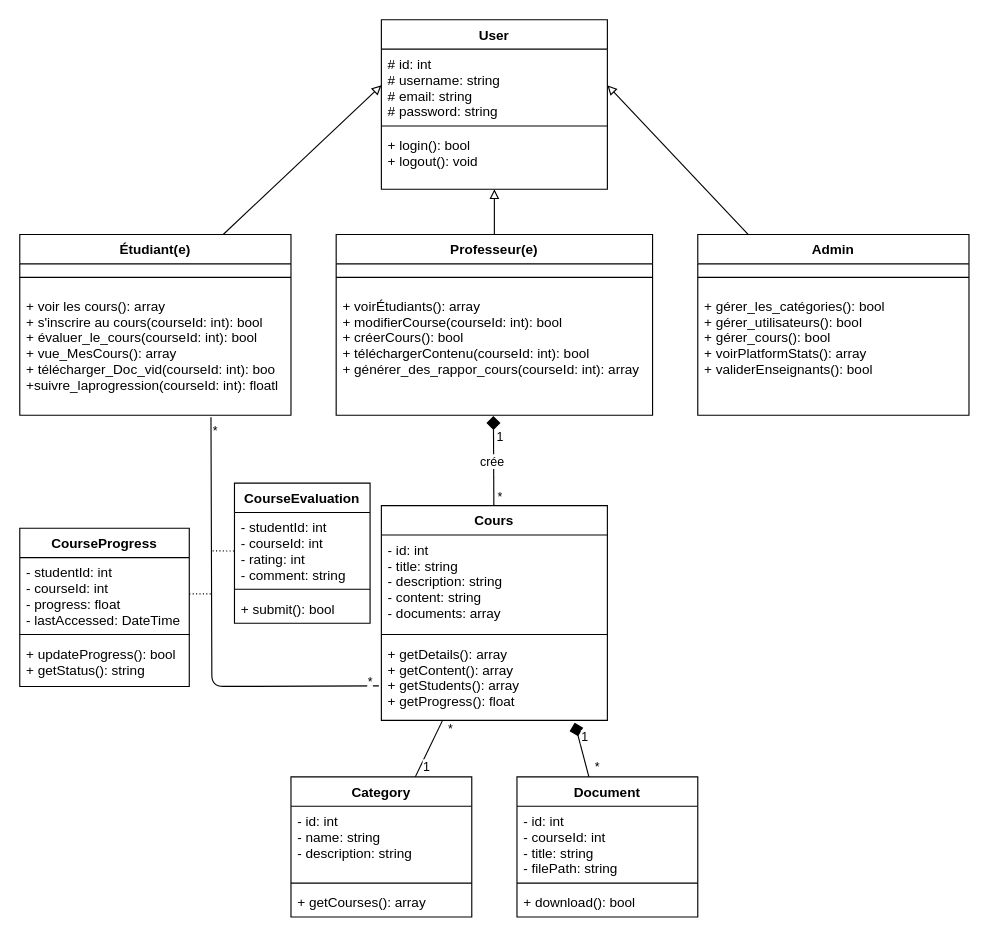
Ibrahim-Lmlilas/Youdemy keeps this draw.io diagram as Zdiagrams/class_diagram.dio. Above is the earlier version. Source tidied: cells renumbered, new cells numbered last; positions are measured from the earlier drawing's top-left corner, leaving out a move shared by most shapes. Both pictures are drawn from the tidied source at 113%, with x=0, y=0 at pixel (19, 19).
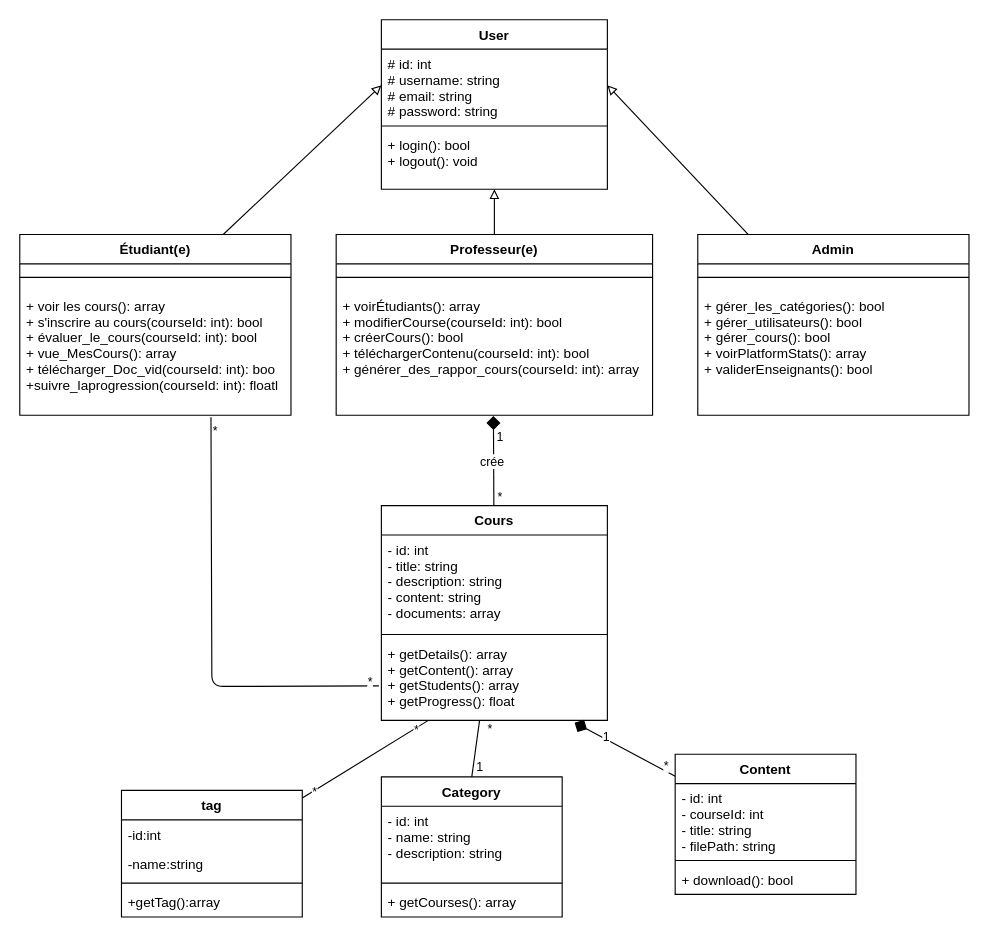
After the change.

The change refers to these unchanged cells:
```xml
<mxCell id="22" value="Cours" style="swimlane;fontStyle=1;align=center;verticalAlign=top;horizontal=1;startSize=26;" parent="1" vertex="1">
  <mxGeometry x="320" y="430" width="200" height="190" as="geometry" />
</mxCell>
<mxCell id="25" value="+ getDetails(): array&#10;+ getContent(): array&#10;+ getStudents(): array&#10;+ getProgress(): float" style="text;strokeColor=none;fillColor=none;align=left;verticalAlign=top;spacingLeft=4;spacingRight=4;overflow=hidden;points=[[0,0.5],[1,0.5]];portConstraint=eastwest;" parent="22" vertex="1">
  <mxGeometry y="118" width="200" height="72" as="geometry" />
</mxCell>
```

Change to the diagram source:
```diff
@@
-    <mxCell id="29" value="Document" style="swimlane;fontStyle=1;align=center;verticalAlign=top;horizontal=1;startSize=26;" parent="1" vertex="1">
-      <mxGeometry x="440" y="670" width="160" height="124" as="geometry" />
+    <mxCell id="29" value="Content" style="swimlane;fontStyle=1;align=center;verticalAlign=top;horizontal=1;startSize=26;" parent="1" vertex="1">
+      <mxGeometry x="580" y="650" width="160" height="124" as="geometry" />
     </mxCell>
@@
-    <mxCell id="33" style="edgeStyle=none;html=1;endArrow=none;endFill=0;" parent="1" edge="1" target="22">
-      <mxGeometry relative="1" as="geometry">
-        <mxPoint x="350" y="670" as="sourcePoint" />
-      </mxGeometry>
+    <mxCell id="33" style="edgeStyle=none;html=1;endArrow=none;endFill=0;exitX=0.5;exitY=0;exitDx=0;exitDy=0;" parent="1" edge="1" source="36" target="22">
+      <mxGeometry relative="1" as="geometry" />
     </mxCell>
@@
     <mxCell id="36" value="Category " style="swimlane;fontStyle=1;align=center;verticalAlign=top;horizontal=1;startSize=26;" parent="1" vertex="1">
-      <mxGeometry x="240" y="670" width="160" height="124" as="geometry" />
+      <mxGeometry x="320" y="670" width="160" height="124" as="geometry" />
     </mxCell>
@@
-    <mxCell id="43" value="CourseEvaluation" style="swimlane;fontStyle=1;align=center;verticalAlign=top;horizontal=1;startSize=26;" parent="1" vertex="1">
-      <mxGeometry x="190" y="410" width="120" height="124" as="geometry" />
-    </mxCell>
-    <mxCell id="44" value="- studentId: int &#10;- courseId: int&#10;- rating: int&#10;- comment: string" style="text;strokeColor=none;fillColor=none;align=left;verticalAlign=top;spacingLeft=4;spacingRight=4;overflow=hidden;points=[[0,0.5],[1,0.5]];portConstraint=eastwest;" parent="43" vertex="1">
-      <mxGeometry y="26" width="120" height="64" as="geometry" />
-    </mxCell>
-    <mxCell id="45" style="line;strokeWidth=1;fillColor=none;align=left;verticalAlign=middle;spacingTop=-1;spacingLeft=3;spacingRight=3;labelPosition=right;strokeColor=inherit;" parent="43" vertex="1">
-      <mxGeometry y="90" width="120" height="8" as="geometry" />
-    </mxCell>
-    <mxCell id="46" value="+ submit(): bool" style="text;strokeColor=none;fillColor=none;align=left;verticalAlign=top;spacingLeft=4;spacingRight=4;overflow=hidden;" parent="43" vertex="1">
-      <mxGeometry y="98" width="120" height="26" as="geometry" />
-    </mxCell>
-    <mxCell id="47" style="edgeStyle=none;html=1;endArrow=none;endFill=0;dashed=1;dashPattern=1 2;exitX=-0.003;exitY=0.533;exitDx=0;exitDy=0;exitPerimeter=0;" parent="1" edge="1" source="44">
-      <mxGeometry relative="1" as="geometry">
-        <mxPoint x="170" y="470" as="targetPoint" />
-      </mxGeometry>
-    </mxCell>
-    <mxCell id="48" value="CourseProgress" style="swimlane;fontStyle=1;align=center;verticalAlign=top;horizontal=1;startSize=26;" parent="1" vertex="1">
-      <mxGeometry y="450" width="150" height="140" as="geometry" />
-    </mxCell>
-    <mxCell id="49" value="- studentId: int &#10;- courseId: int &#10;- progress: float&#10;- lastAccessed: DateTime" style="text;strokeColor=none;fillColor=none;align=left;verticalAlign=top;spacingLeft=4;spacingRight=4;overflow=hidden;points=[[0,0.5],[1,0.5]];portConstraint=eastwest;" parent="48" vertex="1">
-      <mxGeometry y="26" width="150" height="64" as="geometry" />
-    </mxCell>
-    <mxCell id="50" style="line;strokeWidth=1;fillColor=none;align=left;verticalAlign=middle;spacingTop=-1;spacingLeft=3;spacingRight=3;labelPosition=right;strokeColor=inherit;" parent="48" vertex="1">
-      <mxGeometry y="90" width="150" height="8" as="geometry" />
-    </mxCell>
-    <mxCell id="51" value="+ updateProgress(): bool&#10;+ getStatus(): string" style="text;strokeColor=none;fillColor=none;align=left;verticalAlign=top;spacingLeft=4;spacingRight=4;overflow=hidden;" parent="48" vertex="1">
-      <mxGeometry y="98" width="150" height="42" as="geometry" />
-    </mxCell>
+    <mxCell id="53" style="edgeStyle=none;html=1;endArrow=none;endFill=0;" parent="1" edge="1" source="52" target="25">
+      <mxGeometry relative="1" as="geometry" />
+    </mxCell>
+    <mxCell id="54" value="*" style="edgeLabel;html=1;align=center;verticalAlign=middle;" parent="53" vertex="1">
+      <mxGeometry x="0.78" y="-1" relative="1" as="geometry" />
+    </mxCell>
+    <mxCell id="55" value="*" style="edgeLabel;html=1;align=center;verticalAlign=middle;" parent="53" vertex="1">
+      <mxGeometry x="-0.82" relative="1" as="geometry" />
+    </mxCell>
-    <mxCell id="52" style="edgeStyle=none;html=1;dashed=1;dashPattern=1 2;endArrow=none;endFill=0;" parent="1" edge="1" source="49">
-      <mxGeometry relative="1" as="geometry">
-        <mxPoint x="170" y="508" as="targetPoint" />
-      </mxGeometry>
+    <mxCell id="52" value="tag&#10;" style="swimlane;fontStyle=1;align=center;verticalAlign=top;horizontal=1;startSize=26;" parent="1" vertex="1">
+      <mxGeometry x="90" y="682" width="160" height="112" as="geometry" />
     </mxCell>
+    <mxCell id="56" value="-id:int" style="text;strokeColor=none;fillColor=none;align=left;verticalAlign=top;spacingLeft=4;spacingRight=4;overflow=hidden;" parent="52" vertex="1">
+      <mxGeometry y="26" width="160" height="26" as="geometry" />
+    </mxCell>
+    <mxCell id="57" value="-name:string" style="text;strokeColor=none;fillColor=none;align=left;verticalAlign=top;spacingLeft=4;spacingRight=4;overflow=hidden;" parent="52" vertex="1">
+      <mxGeometry y="52" width="160" height="26" as="geometry" />
+    </mxCell>
+    <mxCell id="58" style="line;strokeWidth=1;fillColor=none;align=left;verticalAlign=middle;spacingTop=-1;spacingLeft=3;spacingRight=3;labelPosition=right;strokeColor=inherit;" parent="52" vertex="1">
+      <mxGeometry y="78" width="160" height="8" as="geometry" />
+    </mxCell>
+    <mxCell id="59" value="+getTag():array" style="text;strokeColor=none;fillColor=none;align=left;verticalAlign=top;spacingLeft=4;spacingRight=4;overflow=hidden;" parent="52" vertex="1">
+      <mxGeometry y="86" width="160" height="26" as="geometry" />
+    </mxCell>
```
